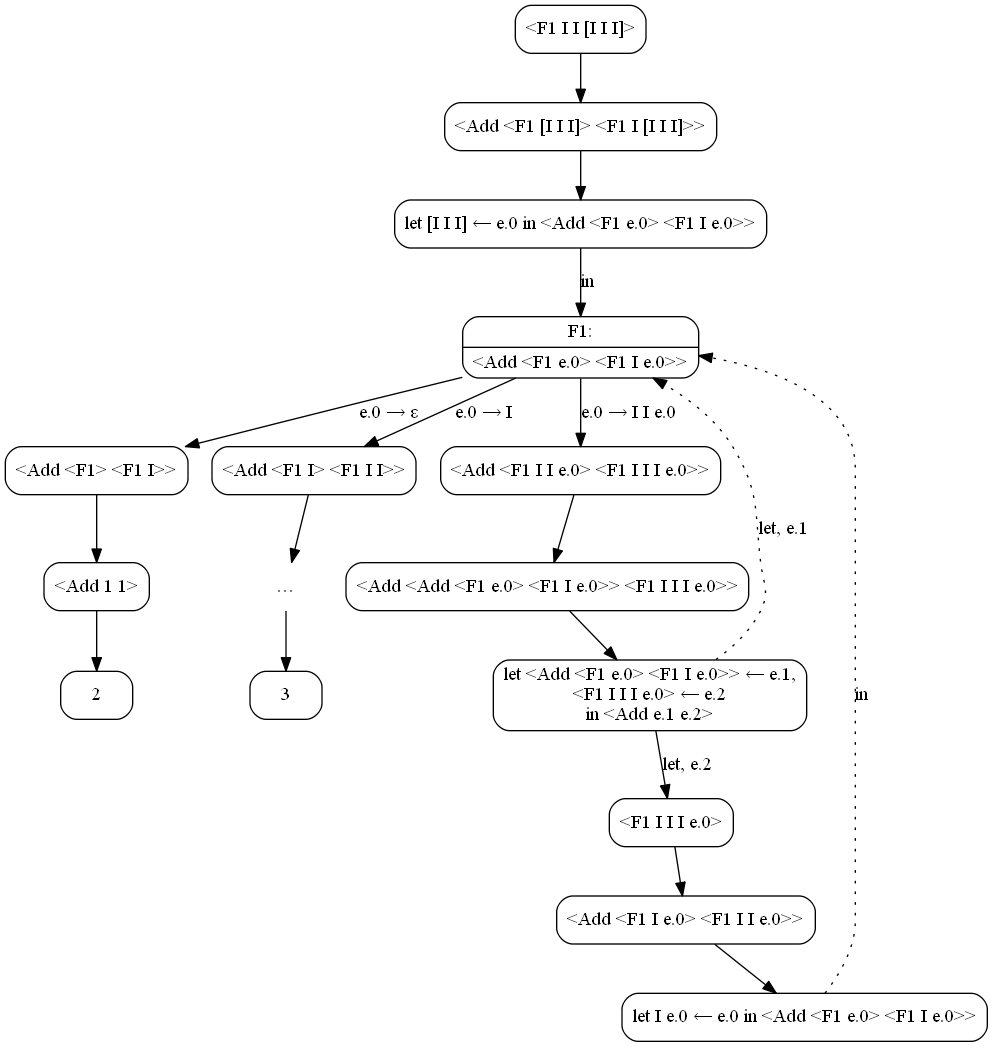
Before: pics/7000-fibint.png, a diagram exported from Graphviz (Mazdaywik/mazdaywik.github.io). Its source is kept beside it as pics/7000-fibint.dot.
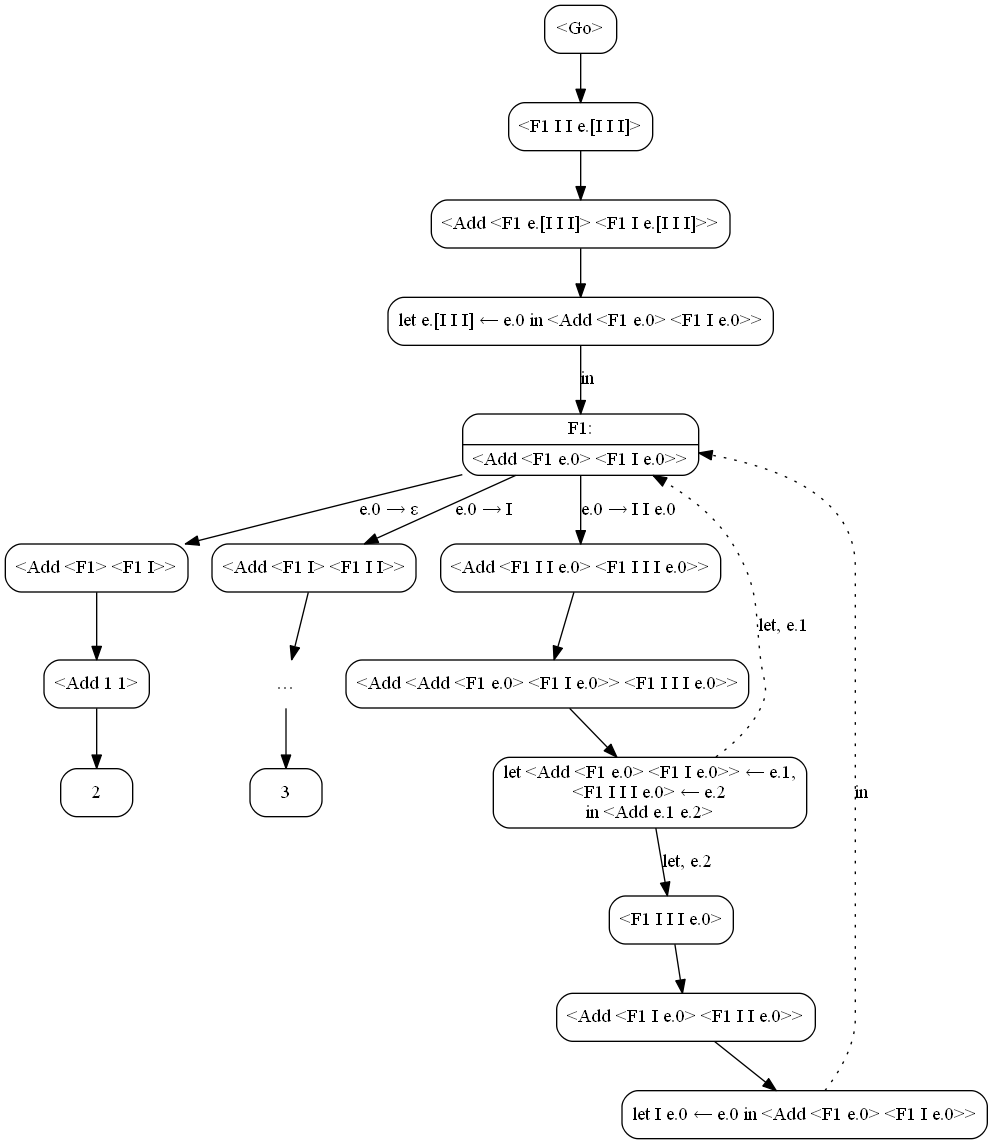
Later version of the same file.

Diff of the diagram source:
```diff
@@ -1,10 +1,12 @@
 digraph {
   node [shape=box, style=rounded];
 
-  C0 [label="<F1 I I [I I I]>"];
-  C1 [label="<Add <F1 [I I I]> <F1 I [I I I]>>"];
+  Go [label="<Go>"];
+  C0 [label="<F1 I I e.[I I I]>"];
+  Go -> C0;
+  C1 [label="<Add <F1 e.[I I I]> <F1 I e.[I I I]>>"];
   C0 -> C1;
-  C2 [label="let [I I I] ← e.0 in <Add <F1 e.0> <F1 I e.0>>"];
+  C2 [label="let e.[I I I] ← e.0 in <Add <F1 e.0> <F1 I e.0>>"];
   C1 -> C2;
   F1 [shape=record, label="{F1:|\<Add \<F1 e.0\> \<F1 I e.0\>\>}"];
   C2 -> F1 [label="in"];
```
